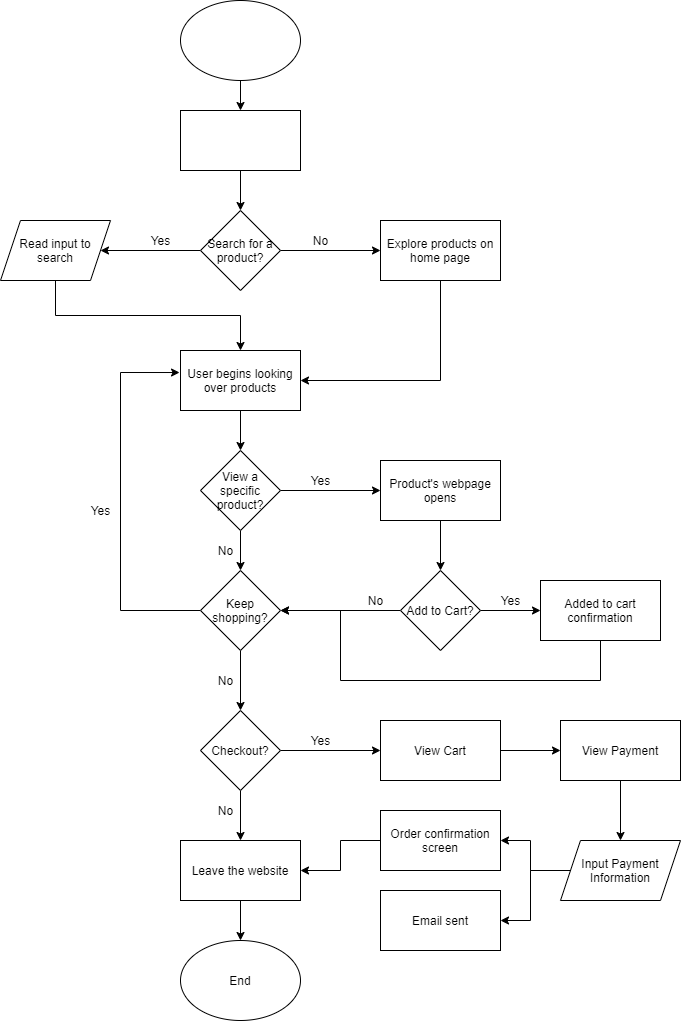
Earlier version of the draw.io export part2/part2.drawio.png (aaronc789/sp21-cse110--lab4). Source tidied: cells renumbered, new cells last; positions are measured from the earlier drawing's top-left corner, leaving out a move shared by most shapes.
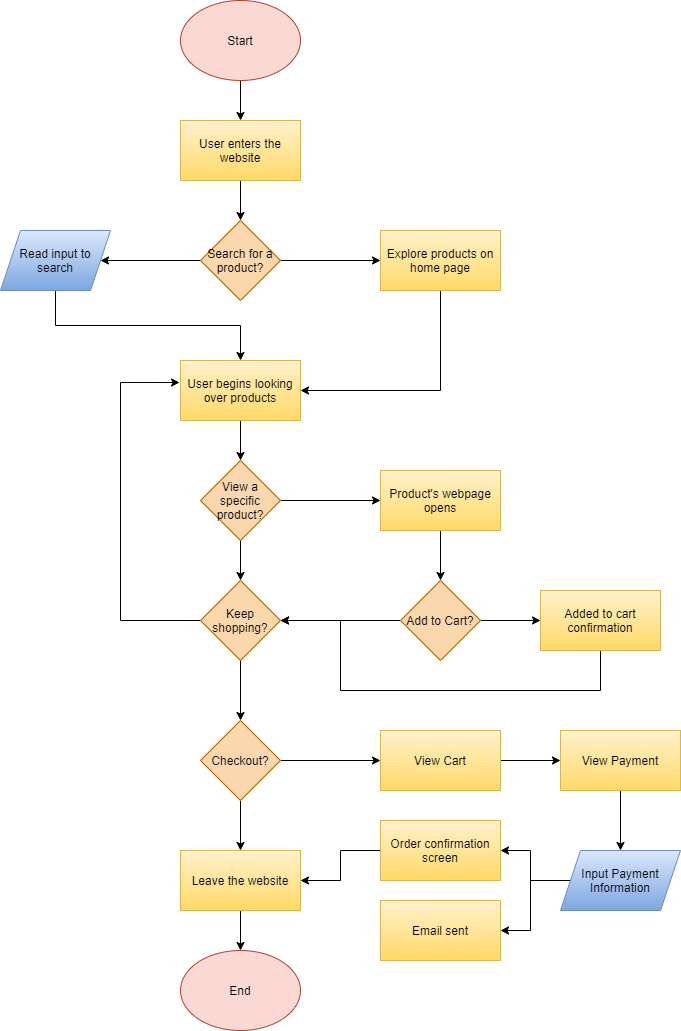
Later version of the same file.

Change to the diagram source:
```diff
@@ -2,82 +2,70 @@
   <root>
     <mxCell id="0" />
     <mxCell id="1" parent="0" />
-    <mxCell id="2" style="edgeStyle=orthogonalEdgeStyle;rounded=0;jettySize=auto;html=1;exitX=0.5;exitY=1;exitDx=0;exitDy=0;entryX=0.5;entryY=0;entryDx=0;entryDy=0;" parent="1" edge="1" source="3" target="5">
-      <mxGeometry relative="1" as="geometry" />
-    </mxCell>
-    <mxCell id="3" value="&lt;font color=&quot;#ffffff&quot;&gt;Start&lt;/font&gt;" style="ellipse;whiteSpace=wrap;html=1;" parent="1" vertex="1">
-      <mxGeometry x="180" width="120" height="80" as="geometry" />
-    </mxCell>
-    <mxCell id="4" style="edgeStyle=orthogonalEdgeStyle;rounded=0;jettySize=auto;html=1;entryX=0.5;entryY=0;entryDx=0;entryDy=0;" parent="1" edge="1" source="5" target="8">
-      <mxGeometry relative="1" as="geometry" />
-    </mxCell>
-    <mxCell id="5" value="&lt;font color=&quot;#ffffff&quot;&gt;User enters the website&lt;/font&gt;" style="rounded=0;whiteSpace=wrap;html=1;" parent="1" vertex="1">
-      <mxGeometry x="180" y="110" width="120" height="60" as="geometry" />
-    </mxCell>
-    <mxCell id="6" style="edgeStyle=orthogonalEdgeStyle;rounded=0;jettySize=auto;html=1;exitX=1;exitY=0.5;exitDx=0;exitDy=0;entryX=0;entryY=0.5;entryDx=0;entryDy=0;" parent="1" edge="1" source="8" target="16">
+    <mxCell id="6" style="edgeStyle=orthogonalEdgeStyle;rounded=0;jettySize=auto;html=1;exitX=1;exitY=0.5;exitDx=0;exitDy=0;entryX=0;entryY=0.5;entryDx=0;entryDy=0;fontColor=#000000;" parent="1" edge="1" source="8" target="16">
       <mxGeometry relative="1" as="geometry" />
     </mxCell>
-    <mxCell id="7" style="edgeStyle=orthogonalEdgeStyle;rounded=0;jettySize=auto;html=1;exitX=0;exitY=0.5;exitDx=0;exitDy=0;" parent="1" edge="1" source="8" target="12">
+    <mxCell id="7" style="edgeStyle=orthogonalEdgeStyle;rounded=0;jettySize=auto;html=1;exitX=0;exitY=0.5;exitDx=0;exitDy=0;fontColor=#000000;" parent="1" edge="1" source="8" target="12">
       <mxGeometry relative="1" as="geometry" />
     </mxCell>
-    <mxCell id="8" value="Search for a product?" style="rhombus;whiteSpace=wrap;html=1;" parent="1" vertex="1">
+    <mxCell id="8" value="Search for a product?" style="rhombus;whiteSpace=wrap;html=1;fillColor=#fad7ac;strokeColor=#b46504;fontColor=#000000;" parent="1" vertex="1">
       <mxGeometry x="200" y="210" width="80" height="80" as="geometry" />
     </mxCell>
-    <mxCell id="9" style="edgeStyle=orthogonalEdgeStyle;rounded=0;jettySize=auto;html=1;exitX=0.5;exitY=1;exitDx=0;exitDy=0;entryX=1;entryY=0.5;entryDx=0;entryDy=0;" parent="1" edge="1" source="16" target="15">
+    <mxCell id="9" style="edgeStyle=orthogonalEdgeStyle;rounded=0;jettySize=auto;html=1;exitX=0.5;exitY=1;exitDx=0;exitDy=0;entryX=1;entryY=0.5;entryDx=0;entryDy=0;fontColor=#000000;" parent="1" edge="1" source="16" target="15">
       <mxGeometry relative="1" as="geometry" />
     </mxCell>
-    <mxCell id="10" value="No" style="text;html=1;align=center;verticalAlign=middle;" parent="1" vertex="1">
+    <mxCell id="10" value="No" style="text;html=1;align=center;verticalAlign=middle;fontColor=#FFFFFF;" parent="1" vertex="1">
       <mxGeometry x="305" y="230" width="30" height="20" as="geometry" />
     </mxCell>
-    <mxCell id="11" style="edgeStyle=orthogonalEdgeStyle;rounded=0;jettySize=auto;html=1;exitX=0.5;exitY=1;exitDx=0;exitDy=0;entryX=0.5;entryY=0;entryDx=0;entryDy=0;" parent="1" edge="1" source="12" target="15">
+    <mxCell id="11" style="edgeStyle=orthogonalEdgeStyle;rounded=0;jettySize=auto;html=1;exitX=0.5;exitY=1;exitDx=0;exitDy=0;entryX=0.5;entryY=0;entryDx=0;entryDy=0;fontColor=#000000;" parent="1" edge="1" source="12" target="15">
       <mxGeometry relative="1" as="geometry" />
     </mxCell>
-    <mxCell id="12" value="Read input to search" style="shape=parallelogram;perimeter=parallelogramPerimeter;whiteSpace=wrap;html=1;fixedSize=1;" parent="1" vertex="1">
+    <mxCell id="12" value="Read input to search" style="shape=parallelogram;perimeter=parallelogramPerimeter;whiteSpace=wrap;html=1;fixedSize=1;gradientColor=#7ea6e0;fillColor=#dae8fc;strokeColor=#6c8ebf;fontColor=#000000;" parent="1" vertex="1">
       <mxGeometry y="220" width="110" height="60" as="geometry" />
     </mxCell>
-    <mxCell id="13" value="Yes" style="text;html=1;align=center;verticalAlign=middle;" parent="1" vertex="1">
+    <mxCell id="13" value="Yes" style="text;html=1;align=center;verticalAlign=middle;fontColor=#FFFFFF;" parent="1" vertex="1">
       <mxGeometry x="140" y="230" width="40" height="20" as="geometry" />
     </mxCell>
-    <mxCell id="14" style="edgeStyle=orthogonalEdgeStyle;rounded=0;jettySize=auto;html=1;exitX=0.5;exitY=1;exitDx=0;exitDy=0;entryX=0.5;entryY=0;entryDx=0;entryDy=0;" parent="1" edge="1" source="15" target="22">
+    <mxCell id="14" style="edgeStyle=orthogonalEdgeStyle;rounded=0;jettySize=auto;html=1;exitX=0.5;exitY=1;exitDx=0;exitDy=0;entryX=0.5;entryY=0;entryDx=0;entryDy=0;fontColor=#000000;" parent="1" edge="1" source="15" target="22">
       <mxGeometry relative="1" as="geometry" />
     </mxCell>
-    <mxCell id="15" value="User begins looking over products" style="rounded=0;whiteSpace=wrap;html=1;" parent="1" vertex="1">
+    <mxCell id="15" value="User begins looking over products" style="rounded=0;whiteSpace=wrap;html=1;fillColor=#fff2cc;strokeColor=#d6b656;gradientColor=#ffd966;fontColor=#000000;" parent="1" vertex="1">
       <mxGeometry x="180" y="350" width="120" height="60" as="geometry" />
     </mxCell>
-    <mxCell id="16" value="&lt;span&gt;Explore products on home page&lt;/span&gt;" style="rounded=0;whiteSpace=wrap;html=1;" parent="1" vertex="1">
+    <mxCell id="16" value="&lt;font&gt;Explore products on home page&lt;/font&gt;" style="rounded=0;whiteSpace=wrap;html=1;fillColor=#fff2cc;strokeColor=#d6b656;gradientColor=#ffd966;fontColor=#000000;" parent="1" vertex="1">
       <mxGeometry x="380" y="220" width="120" height="60" as="geometry" />
     </mxCell>
-    <mxCell id="17" style="edgeStyle=orthogonalEdgeStyle;rounded=0;jettySize=auto;html=1;exitX=0;exitY=0.5;exitDx=0;exitDy=0;" parent="1" edge="1" source="19" target="29">
+    <mxCell id="17" style="edgeStyle=orthogonalEdgeStyle;rounded=0;jettySize=auto;html=1;exitX=0;exitY=0.5;exitDx=0;exitDy=0;fontColor=#000000;" parent="1" edge="1" source="19" target="29">
       <mxGeometry relative="1" as="geometry" />
     </mxCell>
-    <mxCell id="18" style="edgeStyle=orthogonalEdgeStyle;rounded=0;jettySize=auto;html=1;exitX=1;exitY=0.5;exitDx=0;exitDy=0;entryX=0;entryY=0.5;entryDx=0;entryDy=0;" parent="1" edge="1" source="19" target="37">
+    <mxCell id="18" style="edgeStyle=orthogonalEdgeStyle;rounded=0;jettySize=auto;html=1;exitX=1;exitY=0.5;exitDx=0;exitDy=0;entryX=0;entryY=0.5;entryDx=0;entryDy=0;fontColor=#000000;" parent="1" edge="1" source="19" target="37">
       <mxGeometry relative="1" as="geometry" />
     </mxCell>
-    <mxCell id="19" value="Add to Cart?" style="rhombus;whiteSpace=wrap;html=1;" parent="1" vertex="1">
+    <mxCell id="19" value="Add to Cart?" style="rhombus;whiteSpace=wrap;html=1;fillColor=#fad7ac;strokeColor=#b46504;fontColor=#000000;" parent="1" vertex="1">
       <mxGeometry x="400" y="570" width="80" height="80" as="geometry" />
     </mxCell>
-    <mxCell id="20" style="edgeStyle=orthogonalEdgeStyle;rounded=0;jettySize=auto;html=1;exitX=1;exitY=0.5;exitDx=0;exitDy=0;entryX=0;entryY=0.5;entryDx=0;entryDy=0;" parent="1" edge="1" source="22" target="25">
+    <mxCell id="20" style="edgeStyle=orthogonalEdgeStyle;rounded=0;jettySize=auto;html=1;exitX=1;exitY=0.5;exitDx=0;exitDy=0;entryX=0;entryY=0.5;entryDx=0;entryDy=0;fontColor=#000000;" parent="1" edge="1" source="22" target="25">
       <mxGeometry relative="1" as="geometry" />
     </mxCell>
-    <mxCell id="21" style="edgeStyle=orthogonalEdgeStyle;rounded=0;jettySize=auto;html=1;exitX=0.5;exitY=1;exitDx=0;exitDy=0;entryX=0.5;entryY=0;entryDx=0;entryDy=0;" parent="1" edge="1" source="22" target="29">
+    <mxCell id="21" style="edgeStyle=orthogonalEdgeStyle;rounded=0;jettySize=auto;html=1;exitX=0.5;exitY=1;exitDx=0;exitDy=0;entryX=0.5;entryY=0;entryDx=0;entryDy=0;fontColor=#000000;" parent="1" edge="1" source="22" target="29">
       <mxGeometry relative="1" as="geometry" />
     </mxCell>
-    <mxCell id="22" value="View a specific product?" style="rhombus;whiteSpace=wrap;html=1;" parent="1" vertex="1">
+    <mxCell id="22" value="View a specific product?" style="rhombus;whiteSpace=wrap;html=1;fillColor=#fad7ac;strokeColor=#b46504;fontColor=#000000;" parent="1" vertex="1">
       <mxGeometry x="200" y="450" width="80" height="80" as="geometry" />
     </mxCell>
-    <mxCell id="23" value="Yes" style="text;html=1;align=center;verticalAlign=middle;" parent="1" vertex="1">
+    <mxCell id="23" value="Yes" style="text;html=1;align=center;verticalAlign=middle;fontColor=#FFFFFF;" parent="1" vertex="1">
       <mxGeometry x="80" y="500" width="40" height="20" as="geometry" />
     </mxCell>
-    <mxCell id="24" style="edgeStyle=orthogonalEdgeStyle;rounded=0;jettySize=auto;html=1;exitX=0.5;exitY=1;exitDx=0;exitDy=0;entryX=0.5;entryY=0;entryDx=0;entryDy=0;" parent="1" edge="1" source="25" target="19">
+    <mxCell id="24" style="edgeStyle=orthogonalEdgeStyle;rounded=0;jettySize=auto;html=1;exitX=0.5;exitY=1;exitDx=0;exitDy=0;entryX=0.5;entryY=0;entryDx=0;entryDy=0;fontColor=#000000;" parent="1" edge="1" source="25" target="19">
       <mxGeometry relative="1" as="geometry" />
     </mxCell>
-    <mxCell id="25" value="Product's webpage opens" style="rounded=0;whiteSpace=wrap;html=1;" parent="1" vertex="1">
+    <mxCell id="25" value="Product's webpage opens" style="rounded=0;whiteSpace=wrap;html=1;fillColor=#fff2cc;strokeColor=#d6b656;gradientColor=#ffd966;fontColor=#000000;" parent="1" vertex="1">
       <mxGeometry x="380" y="460" width="120" height="60" as="geometry" />
     </mxCell>
-    <mxCell id="26" value="Yes" style="text;html=1;align=center;verticalAlign=middle;" parent="1" vertex="1">
+    <mxCell id="26" value="Yes" style="text;html=1;align=center;verticalAlign=middle;fontColor=#FFFFFF;" parent="1" vertex="1">
       <mxGeometry x="300" y="470" width="40" height="20" as="geometry" />
     </mxCell>
-    <mxCell id="27" style="edgeStyle=orthogonalEdgeStyle;rounded=0;jettySize=auto;html=1;exitX=0;exitY=0.5;exitDx=0;exitDy=0;entryX=-0.008;entryY=0.367;entryDx=0;entryDy=0;entryPerimeter=0;" parent="1" edge="1" source="29" target="15">
+    <mxCell id="27" style="edgeStyle=orthogonalEdgeStyle;rounded=0;jettySize=auto;html=1;exitX=0;exitY=0.5;exitDx=0;exitDy=0;entryX=-0.008;entryY=0.367;entryDx=0;entryDy=0;entryPerimeter=0;fontColor=#000000;" parent="1" edge="1" source="29" target="15">
       <mxGeometry relative="1" as="geometry">
         <Array as="points">
           <mxPoint x="120" y="610" />
@@ -85,31 +73,31 @@
         </Array>
       </mxGeometry>
     </mxCell>
-    <mxCell id="28" style="edgeStyle=orthogonalEdgeStyle;rounded=0;jettySize=auto;html=1;exitX=0.5;exitY=1;exitDx=0;exitDy=0;entryX=0.5;entryY=0;entryDx=0;entryDy=0;" parent="1" edge="1" source="29" target="32">
+    <mxCell id="28" style="edgeStyle=orthogonalEdgeStyle;rounded=0;jettySize=auto;html=1;exitX=0.5;exitY=1;exitDx=0;exitDy=0;entryX=0.5;entryY=0;entryDx=0;entryDy=0;fontColor=#000000;" parent="1" edge="1" source="29" target="32">
       <mxGeometry relative="1" as="geometry" />
     </mxCell>
-    <mxCell id="29" value="Keep shopping?" style="rhombus;whiteSpace=wrap;html=1;" parent="1" vertex="1">
+    <mxCell id="29" value="Keep shopping?" style="rhombus;whiteSpace=wrap;html=1;fillColor=#fad7ac;strokeColor=#b46504;fontColor=#000000;" parent="1" vertex="1">
       <mxGeometry x="200" y="570" width="80" height="80" as="geometry" />
     </mxCell>
-    <mxCell id="30" style="edgeStyle=orthogonalEdgeStyle;rounded=0;jettySize=auto;html=1;exitX=0.5;exitY=1;exitDx=0;exitDy=0;entryX=0.5;entryY=0;entryDx=0;entryDy=0;" parent="1" edge="1" source="32" target="40">
+    <mxCell id="30" style="edgeStyle=orthogonalEdgeStyle;rounded=0;jettySize=auto;html=1;exitX=0.5;exitY=1;exitDx=0;exitDy=0;entryX=0.5;entryY=0;entryDx=0;entryDy=0;fontColor=#000000;" parent="1" edge="1" source="32" target="40">
       <mxGeometry relative="1" as="geometry" />
     </mxCell>
-    <mxCell id="31" style="edgeStyle=orthogonalEdgeStyle;rounded=0;jettySize=auto;html=1;exitX=1;exitY=0.5;exitDx=0;exitDy=0;entryX=0;entryY=0.5;entryDx=0;entryDy=0;" parent="1" edge="1" source="32" target="44">
+    <mxCell id="31" style="edgeStyle=orthogonalEdgeStyle;rounded=0;jettySize=auto;html=1;exitX=1;exitY=0.5;exitDx=0;exitDy=0;entryX=0;entryY=0.5;entryDx=0;entryDy=0;fontColor=#000000;" parent="1" edge="1" source="32" target="44">
       <mxGeometry relative="1" as="geometry" />
     </mxCell>
-    <mxCell id="32" value="Checkout?" style="rhombus;whiteSpace=wrap;html=1;" parent="1" vertex="1">
+    <mxCell id="32" value="Checkout?" style="rhombus;whiteSpace=wrap;html=1;fillColor=#fad7ac;strokeColor=#b46504;fontColor=#000000;" parent="1" vertex="1">
       <mxGeometry x="200" y="710" width="80" height="80" as="geometry" />
     </mxCell>
-    <mxCell id="33" value="No" style="text;html=1;align=center;verticalAlign=middle;" parent="1" vertex="1">
+    <mxCell id="33" value="No" style="text;html=1;align=center;verticalAlign=middle;fontColor=#FFFFFF;" parent="1" vertex="1">
       <mxGeometry x="210" y="670" width="30" height="20" as="geometry" />
     </mxCell>
-    <mxCell id="34" value="No" style="text;html=1;align=center;verticalAlign=middle;" parent="1" vertex="1">
+    <mxCell id="34" value="No" style="text;html=1;align=center;verticalAlign=middle;fontColor=#FFFFFF;" parent="1" vertex="1">
       <mxGeometry x="210" y="540" width="30" height="20" as="geometry" />
     </mxCell>
-    <mxCell id="35" value="No" style="text;html=1;align=center;verticalAlign=middle;" parent="1" vertex="1">
+    <mxCell id="35" value="No" style="text;html=1;align=center;verticalAlign=middle;fontColor=#FFFFFF;" parent="1" vertex="1">
       <mxGeometry x="360" y="590" width="30" height="20" as="geometry" />
     </mxCell>
-    <mxCell id="36" style="edgeStyle=orthogonalEdgeStyle;rounded=0;jettySize=auto;html=1;exitX=0.5;exitY=1;exitDx=0;exitDy=0;" parent="1" edge="1" source="37">
+    <mxCell id="36" style="edgeStyle=orthogonalEdgeStyle;rounded=0;jettySize=auto;html=1;exitX=0.5;exitY=1;exitDx=0;exitDy=0;fontColor=#000000;" parent="1" edge="1" source="37">
       <mxGeometry relative="1" as="geometry">
         <mxPoint x="280" y="610" as="targetPoint" />
         <Array as="points">
@@ -119,58 +107,70 @@
         </Array>
       </mxGeometry>
     </mxCell>
-    <mxCell id="37" value="Added to cart confirmation" style="rounded=0;whiteSpace=wrap;html=1;" parent="1" vertex="1">
+    <mxCell id="37" value="Added to cart confirmation" style="rounded=0;whiteSpace=wrap;html=1;fillColor=#fff2cc;strokeColor=#d6b656;gradientColor=#ffd966;fontColor=#000000;" parent="1" vertex="1">
       <mxGeometry x="540" y="580" width="120" height="60" as="geometry" />
     </mxCell>
-    <mxCell id="38" value="Yes" style="text;html=1;align=center;verticalAlign=middle;" parent="1" vertex="1">
+    <mxCell id="38" value="Yes" style="text;html=1;align=center;verticalAlign=middle;fontColor=#FFFFFF;" parent="1" vertex="1">
       <mxGeometry x="490" y="590" width="40" height="20" as="geometry" />
     </mxCell>
-    <mxCell id="39" style="edgeStyle=orthogonalEdgeStyle;rounded=0;jettySize=auto;html=1;exitX=0.5;exitY=1;exitDx=0;exitDy=0;" parent="1" edge="1" source="40" target="41">
+    <mxCell id="39" style="edgeStyle=orthogonalEdgeStyle;rounded=0;jettySize=auto;html=1;exitX=0.5;exitY=1;exitDx=0;exitDy=0;fontColor=#000000;" parent="1" edge="1" source="40" target="41">
       <mxGeometry relative="1" as="geometry" />
     </mxCell>
-    <mxCell id="40" value="Leave the website" style="rounded=0;whiteSpace=wrap;html=1;" parent="1" vertex="1">
+    <mxCell id="40" value="Leave the website" style="rounded=0;whiteSpace=wrap;html=1;fillColor=#fff2cc;strokeColor=#d6b656;gradientColor=#ffd966;fontColor=#000000;" parent="1" vertex="1">
       <mxGeometry x="180" y="840" width="120" height="60" as="geometry" />
     </mxCell>
-    <mxCell id="41" value="End" style="ellipse;whiteSpace=wrap;html=1;" parent="1" vertex="1">
+    <mxCell id="41" value="&lt;font&gt;End&lt;/font&gt;" style="ellipse;whiteSpace=wrap;html=1;fillColor=#fad9d5;strokeColor=#ae4132;fontColor=#000000;" parent="1" vertex="1">
       <mxGeometry x="180" y="940" width="120" height="80" as="geometry" />
     </mxCell>
-    <mxCell id="42" value="No" style="text;html=1;align=center;verticalAlign=middle;" parent="1" vertex="1">
+    <mxCell id="42" value="No" style="text;html=1;align=center;verticalAlign=middle;fontColor=#FFFFFF;" parent="1" vertex="1">
       <mxGeometry x="210" y="800" width="30" height="20" as="geometry" />
     </mxCell>
-    <mxCell id="43" style="edgeStyle=orthogonalEdgeStyle;rounded=0;jettySize=auto;html=1;exitX=1;exitY=0.5;exitDx=0;exitDy=0;entryX=0;entryY=0.5;entryDx=0;entryDy=0;" parent="1" edge="1" source="44" target="47">
+    <mxCell id="43" style="edgeStyle=orthogonalEdgeStyle;rounded=0;jettySize=auto;html=1;exitX=1;exitY=0.5;exitDx=0;exitDy=0;entryX=0;entryY=0.5;entryDx=0;entryDy=0;fontColor=#000000;" parent="1" edge="1" source="44" target="47">
       <mxGeometry relative="1" as="geometry" />
     </mxCell>
-    <mxCell id="44" value="View Cart" style="rounded=0;whiteSpace=wrap;html=1;" parent="1" vertex="1">
+    <mxCell id="44" value="View Cart" style="rounded=0;whiteSpace=wrap;html=1;fillColor=#fff2cc;strokeColor=#d6b656;gradientColor=#ffd966;fontColor=#000000;" parent="1" vertex="1">
       <mxGeometry x="380" y="720" width="120" height="60" as="geometry" />
     </mxCell>
-    <mxCell id="45" value="Yes" style="text;html=1;align=center;verticalAlign=middle;" parent="1" vertex="1">
+    <mxCell id="45" value="Yes" style="text;html=1;align=center;verticalAlign=middle;fontColor=#FFFFFF;" parent="1" vertex="1">
       <mxGeometry x="300" y="730" width="40" height="20" as="geometry" />
     </mxCell>
-    <mxCell id="46" style="edgeStyle=orthogonalEdgeStyle;rounded=0;jettySize=auto;html=1;exitX=0.5;exitY=1;exitDx=0;exitDy=0;entryX=0.5;entryY=0;entryDx=0;entryDy=0;" parent="1" edge="1" source="47" target="50">
+    <mxCell id="46" style="edgeStyle=orthogonalEdgeStyle;rounded=0;jettySize=auto;html=1;exitX=0.5;exitY=1;exitDx=0;exitDy=0;entryX=0.5;entryY=0;entryDx=0;entryDy=0;fontColor=#000000;" parent="1" edge="1" source="47" target="50">
       <mxGeometry relative="1" as="geometry" />
     </mxCell>
-    <mxCell id="47" value="View Payment" style="rounded=0;whiteSpace=wrap;html=1;" parent="1" vertex="1">
+    <mxCell id="47" value="View Payment" style="rounded=0;whiteSpace=wrap;html=1;fillColor=#fff2cc;strokeColor=#d6b656;gradientColor=#ffd966;fontColor=#000000;" parent="1" vertex="1">
       <mxGeometry x="560" y="720" width="120" height="60" as="geometry" />
     </mxCell>
-    <mxCell id="48" style="edgeStyle=orthogonalEdgeStyle;rounded=0;jettySize=auto;html=1;exitX=0;exitY=0.5;exitDx=0;exitDy=0;entryX=1;entryY=0.5;entryDx=0;entryDy=0;" parent="1" edge="1" source="50" target="52">
+    <mxCell id="48" style="edgeStyle=orthogonalEdgeStyle;rounded=0;jettySize=auto;html=1;exitX=0;exitY=0.5;exitDx=0;exitDy=0;entryX=1;entryY=0.5;entryDx=0;entryDy=0;fontColor=#000000;" parent="1" edge="1" source="50" target="52">
       <mxGeometry relative="1" as="geometry" />
     </mxCell>
-    <mxCell id="49" style="edgeStyle=orthogonalEdgeStyle;rounded=0;jettySize=auto;html=1;exitX=0;exitY=0.5;exitDx=0;exitDy=0;entryX=1;entryY=0.5;entryDx=0;entryDy=0;" parent="1" edge="1" source="50" target="53">
+    <mxCell id="49" style="edgeStyle=orthogonalEdgeStyle;rounded=0;jettySize=auto;html=1;exitX=0;exitY=0.5;exitDx=0;exitDy=0;entryX=1;entryY=0.5;entryDx=0;entryDy=0;fontColor=#000000;" parent="1" edge="1" source="50" target="53">
       <mxGeometry relative="1" as="geometry" />
     </mxCell>
-    <mxCell id="50" value="Input Payment Information" style="shape=parallelogram;perimeter=parallelogramPerimeter;whiteSpace=wrap;html=1;fixedSize=1;" parent="1" vertex="1">
+    <mxCell id="50" value="Input Payment Information" style="shape=parallelogram;perimeter=parallelogramPerimeter;whiteSpace=wrap;html=1;fixedSize=1;gradientColor=#7ea6e0;fillColor=#dae8fc;strokeColor=#6c8ebf;fontColor=#000000;" parent="1" vertex="1">
       <mxGeometry x="560" y="840" width="120" height="60" as="geometry" />
     </mxCell>
-    <mxCell id="51" style="edgeStyle=orthogonalEdgeStyle;rounded=0;jettySize=auto;html=1;exitX=0;exitY=0.5;exitDx=0;exitDy=0;" parent="1" edge="1" source="52">
+    <mxCell id="51" style="edgeStyle=orthogonalEdgeStyle;rounded=0;jettySize=auto;html=1;exitX=0;exitY=0.5;exitDx=0;exitDy=0;fontColor=#000000;" parent="1" edge="1" source="52">
       <mxGeometry relative="1" as="geometry">
         <mxPoint x="300" y="870" as="targetPoint" />
       </mxGeometry>
     </mxCell>
-    <mxCell id="52" value="Order confirmation screen" style="rounded=0;whiteSpace=wrap;html=1;" parent="1" vertex="1">
+    <mxCell id="52" value="Order confirmation screen" style="rounded=0;whiteSpace=wrap;html=1;fillColor=#fff2cc;strokeColor=#d6b656;gradientColor=#ffd966;fontColor=#000000;" parent="1" vertex="1">
       <mxGeometry x="380" y="810" width="120" height="60" as="geometry" />
     </mxCell>
-    <mxCell id="53" value="Email sent" style="rounded=0;whiteSpace=wrap;html=1;" parent="1" vertex="1">
+    <mxCell id="53" value="Email sent" style="rounded=0;whiteSpace=wrap;html=1;fillColor=#fff2cc;strokeColor=#d6b656;gradientColor=#ffd966;fontColor=#000000;" parent="1" vertex="1">
       <mxGeometry x="380" y="890" width="120" height="60" as="geometry" />
     </mxCell>
+    <mxCell id="4" style="edgeStyle=orthogonalEdgeStyle;rounded=0;jettySize=auto;html=1;exitX=0.5;exitY=1;exitDx=0;exitDy=0;entryX=0.5;entryY=0;entryDx=0;entryDy=0;fontColor=#000000;" parent="1" edge="1" source="5" target="8">
+      <mxGeometry relative="1" as="geometry" />
+    </mxCell>
+    <mxCell id="5" value="&lt;font&gt;User enters the website&lt;/font&gt;" style="rounded=0;whiteSpace=wrap;html=1;fillColor=#fff2cc;strokeColor=#d6b656;gradientColor=#ffd966;fontColor=#000000;" parent="1" vertex="1">
+      <mxGeometry x="180" y="110" width="120" height="60" as="geometry" />
+    </mxCell>
+    <mxCell id="2" style="edgeStyle=orthogonalEdgeStyle;rounded=0;jettySize=auto;html=1;exitX=0.5;exitY=1;exitDx=0;exitDy=0;entryX=0.5;entryY=0;entryDx=0;entryDy=0;fontColor=#000000;" parent="1" edge="1" source="3" target="5">
+      <mxGeometry relative="1" as="geometry" />
+    </mxCell>
+    <mxCell id="3" value="&lt;font&gt;Start&lt;/font&gt;" style="ellipse;whiteSpace=wrap;html=1;fillColor=#fad9d5;strokeColor=#ae4132;fontColor=#000000;" parent="1" vertex="1">
+      <mxGeometry x="180" y="-10" width="120" height="80" as="geometry" />
+    </mxCell>
   </root>
 </mxGraphModel>
```
